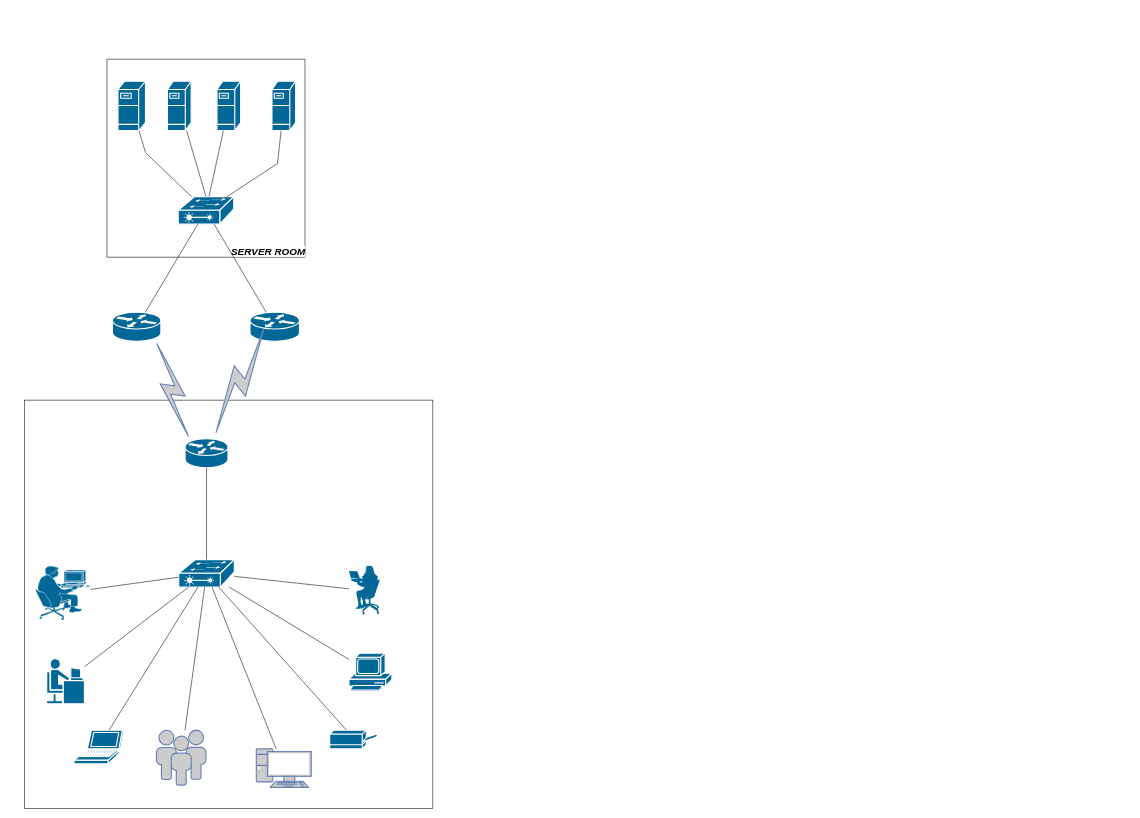
This is CCNA.drawio from AkashArul/CCNA, a draw.io file, before an edit. Source tidied: cells renumbered, new cells numbered last; positions are measured from the earlier drawing's top-left corner, leaving out a move shared by most shapes. Both pictures are drawn from the tidied source at 55%, with x=0, y=0 at pixel (19, 59).
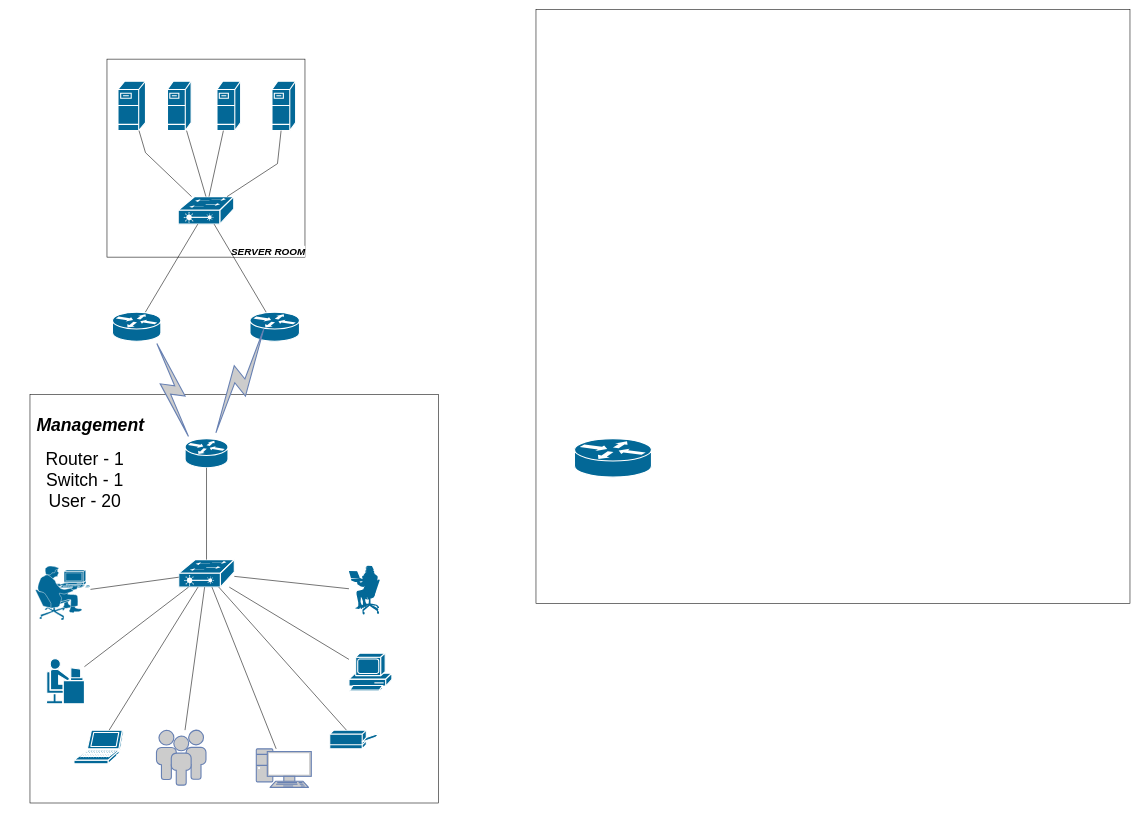
The same page after the edit.

Diff of the diagram source:
```diff
@@
     <mxCell id="18" style="whiteSpace=wrap;html=1;labelBackgroundColor=#FFFFFF;" parent="1" vertex="1">
-      <mxGeometry x="9" y="620" width="742.5" height="742.5" as="geometry" />
+      <mxGeometry x="19" y="610" width="742.5" height="742.5" as="geometry" />
     </mxCell>
@@
+    <mxCell id="40" style="whiteSpace=wrap;html=1;" parent="1" vertex="1">
+      <mxGeometry x="939" y="-90" width="1080" height="1080" as="geometry" />
+    </mxCell>
+    <mxCell id="41" style="shape=mxgraph.cisco.routers.router;sketch=0;html=1;dashed=0;fillColor=#036897;strokeColor=#ffffff;strokeWidth=2;verticalLabelPosition=bottom;verticalAlign=top;align=center;" parent="1" vertex="1">
+      <mxGeometry x="1009" y="690" width="140" height="70" as="geometry" />
+    </mxCell>
+    <mxCell id="42" value="&lt;font style=&quot;font-size: 32px&quot;&gt;&lt;b&gt;&lt;i&gt;Management&lt;/i&gt;&lt;/b&gt;&lt;/font&gt;" style="text;html=1;strokeColor=none;fillColor=none;align=center;verticalAlign=middle;whiteSpace=wrap;rounded=0;" parent="1" vertex="1">
+      <mxGeometry x="99" y="650" width="60" height="30" as="geometry" />
+    </mxCell>
+    <mxCell id="43" value="Router - 1&lt;br&gt;Switch - 1&lt;br&gt;User - 20" style="text;html=1;strokeColor=none;fillColor=none;align=center;verticalAlign=middle;whiteSpace=wrap;rounded=0;fontSize=32;" parent="1" vertex="1">
+      <mxGeometry x="29" y="750" width="180" height="30" as="geometry" />
+    </mxCell>
```
